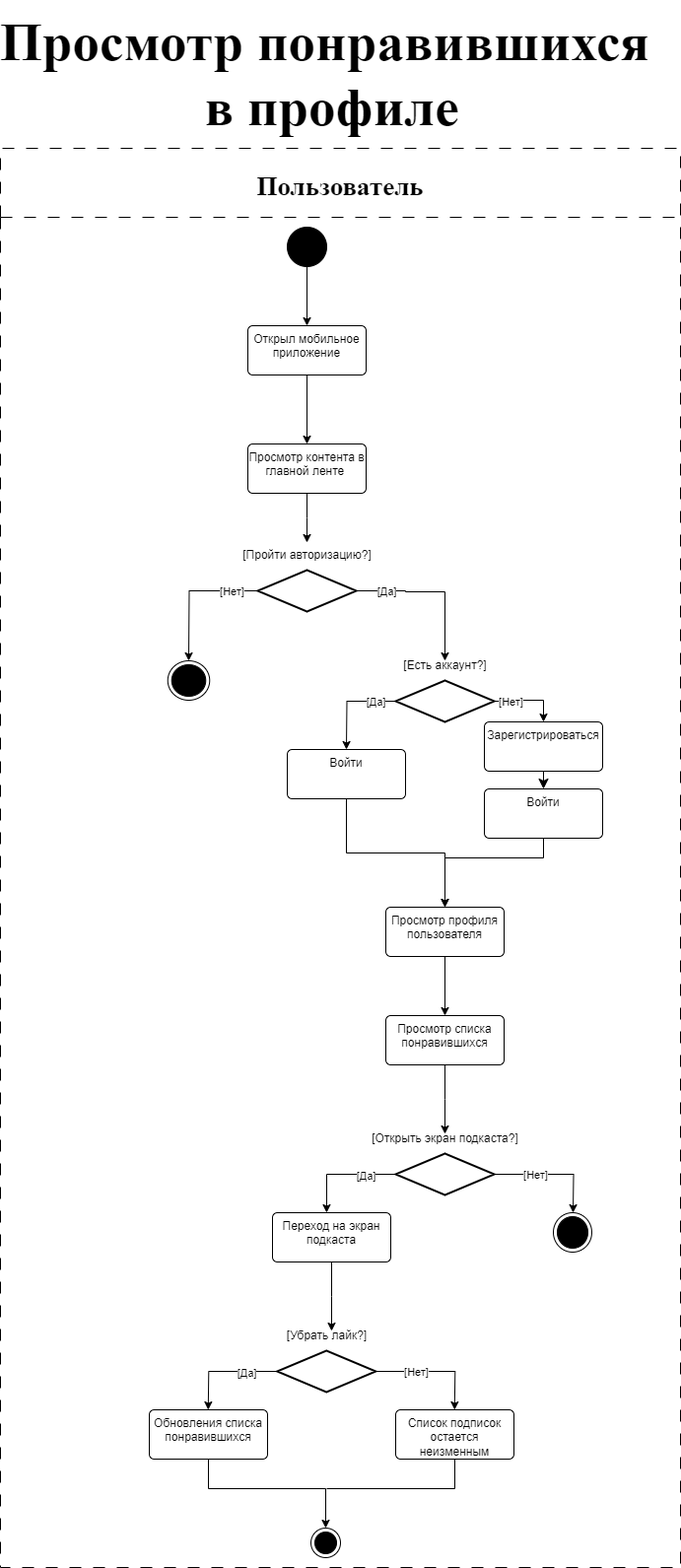
Above: diagrams/activity-likes.png in SazonovAlexander/9.1-TikTalk (draw.io), before the change. Source tidied: cells renumbered, new cells last; positions are measured from the earlier drawing's top-left corner, leaving out a move shared by most shapes.
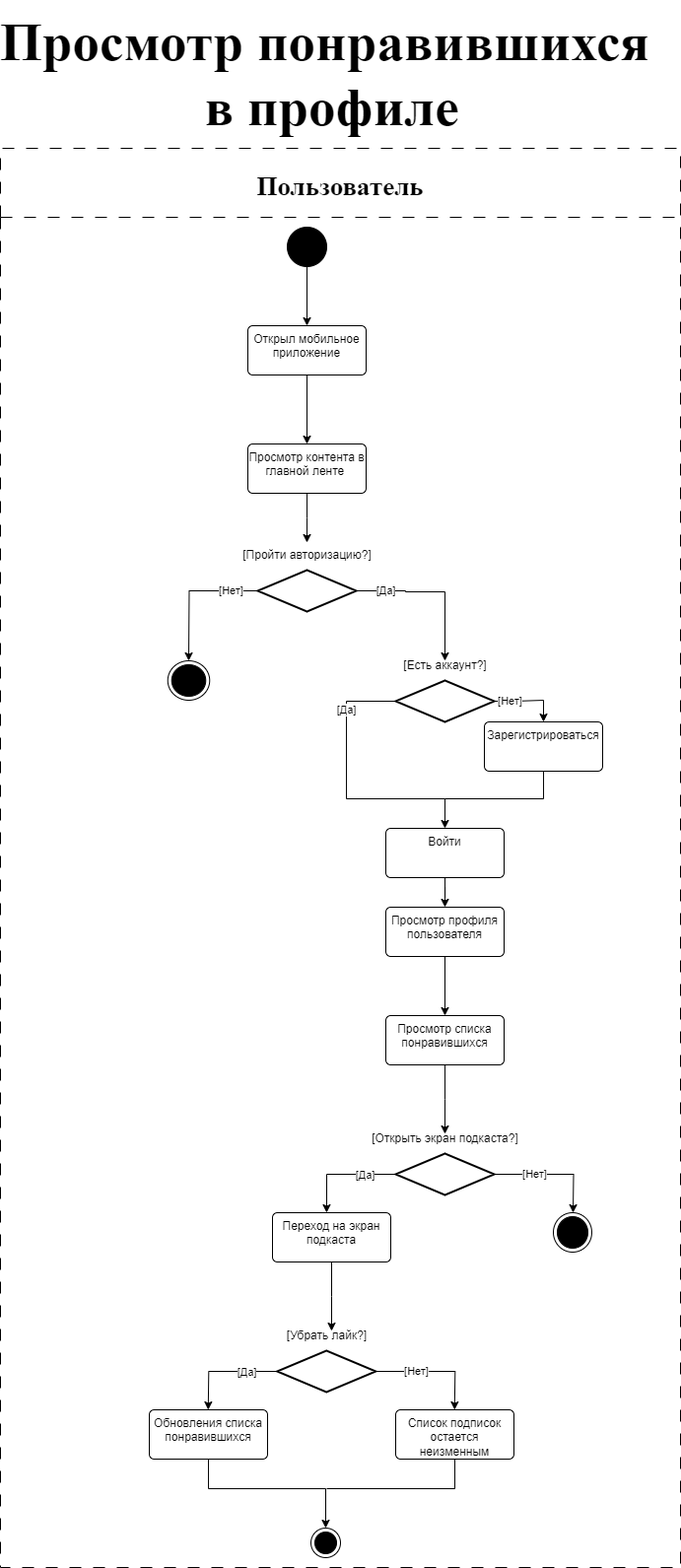
The same file after the commit.

Diff of the diagram source:
```diff
@@ -51,9 +51,13 @@
     <mxCell id="13" style="strokeWidth=2;html=1;shape=mxgraph.flowchart.decision;whiteSpace=wrap;" parent="1" vertex="1">
       <mxGeometry x="261" y="578" width="100" height="42" as="geometry" />
     </mxCell>
-    <mxCell id="14" style="edgeStyle=orthogonalEdgeStyle;rounded=0;jettySize=auto;html=1;" parent="1" edge="1" source="18">
+    <mxCell id="14" style="edgeStyle=orthogonalEdgeStyle;rounded=0;jettySize=auto;html=1;entryX=0.5;entryY=0;entryDx=0;entryDy=0;" parent="1" edge="1" source="18" target="51">
       <mxGeometry relative="1" as="geometry">
-        <mxPoint x="351" y="760" as="targetPoint" />
+        <Array as="points">
+          <mxPoint x="351" y="711" />
+          <mxPoint x="351" y="810" />
+          <mxPoint x="451" y="810" />
+        </Array>
       </mxGeometry>
     </mxCell>
     <mxCell id="15" value="[Да]" style="edgeLabel;html=1;align=center;verticalAlign=middle;" parent="14" vertex="1">
@@ -79,20 +83,6 @@
     <mxCell id="19" value="[Есть аккаунт?]" style="text;html=1;align=center;verticalAlign=middle;strokeColor=none;fillColor=none;" parent="1" vertex="1">
       <mxGeometry x="396" y="660" width="110" height="30" as="geometry" />
     </mxCell>
-    <mxCell id="20" style="edgeStyle=orthogonalEdgeStyle;rounded=0;jettySize=auto;html=1;entryX=0.5;entryY=0;entryDx=0;entryDy=0;" parent="1" edge="1" source="21" target="24">
-      <mxGeometry relative="1" as="geometry" />
-    </mxCell>
-    <mxCell id="21" value="Войти" style="whiteSpace=wrap;html=1;verticalAlign=top;rounded=1;arcSize=10;dashed=0;" parent="1" vertex="1">
-      <mxGeometry x="291" y="760" width="120" height="50" as="geometry" />
-    </mxCell>
-    <mxCell id="22" style="edgeStyle=orthogonalEdgeStyle;rounded=0;jettySize=auto;html=1;entryX=0.5;entryY=0;entryDx=0;entryDy=0;exitX=0.5;exitY=1;exitDx=0;exitDy=0;" parent="1" edge="1" source="51" target="24">
-      <mxGeometry relative="1" as="geometry">
-        <Array as="points">
-          <mxPoint x="551" y="870" />
-          <mxPoint x="451" y="870" />
-        </Array>
-      </mxGeometry>
-    </mxCell>
     <mxCell id="23" style="edgeStyle=orthogonalEdgeStyle;rounded=0;jettySize=auto;html=1;entryX=0.5;entryY=0;entryDx=0;entryDy=0;" parent="1" edge="1" source="24" target="26">
       <mxGeometry relative="1" as="geometry" />
     </mxCell>
@@ -195,17 +185,25 @@
     <mxCell id="48" style="ellipse;html=1;shape=endState;fillColor=strokeColor;" parent="33" vertex="1">
       <mxGeometry x="169.8" y="520" width="42.5" height="40" as="geometry" />
     </mxCell>
-    <mxCell id="49" style="edgeStyle=none;curved=1;rounded=0;jettySize=auto;html=1;entryX=0.5;entryY=0;entryDx=0;entryDy=0;fontSize=12;startSize=8;endSize=8;" parent="33" edge="1" source="50" target="51">
-      <mxGeometry relative="1" as="geometry" />
-    </mxCell>
+    <mxCell id="53" style="edgeStyle=orthogonalEdgeStyle;rounded=0;jettySize=auto;html=1;endArrow=none;endFill=0;" parent="33" edge="1" source="50">
+      <mxGeometry relative="1" as="geometry">
+        <mxPoint x="451" y="660" as="targetPoint" />
+        <Array as="points">
+          <mxPoint x="551" y="660" />
+        </Array>
+      </mxGeometry>
+    </mxCell>
     <mxCell id="50" value="Зарегистрироваться" style="whiteSpace=wrap;html=1;verticalAlign=top;rounded=1;arcSize=10;dashed=0;" parent="33" vertex="1">
       <mxGeometry x="491" y="582" width="120" height="50" as="geometry" />
     </mxCell>
     <mxCell id="51" value="Войти" style="whiteSpace=wrap;html=1;verticalAlign=top;rounded=1;arcSize=10;dashed=0;" parent="33" vertex="1">
-      <mxGeometry x="491" y="650" width="120" height="50" as="geometry" />
+      <mxGeometry x="391" y="690" width="120" height="50" as="geometry" />
     </mxCell>
     <mxCell id="52" value="Просмотр понравившихся&amp;nbsp;&lt;br&gt;в профиле" style="text;html=1;align=center;verticalAlign=middle;strokeColor=none;fillColor=none;fontFamily=Times New Roman;fontSize=55;fontStyle=1;" parent="1" vertex="1">
       <mxGeometry x="11" width="650" height="150" as="geometry" />
     </mxCell>
+    <mxCell id="22" style="edgeStyle=orthogonalEdgeStyle;rounded=0;jettySize=auto;html=1;entryX=0.5;entryY=0;entryDx=0;entryDy=0;" parent="1" edge="1" source="51" target="24">
+      <mxGeometry relative="1" as="geometry" />
+    </mxCell>
   </root>
 </mxGraphModel>
```
